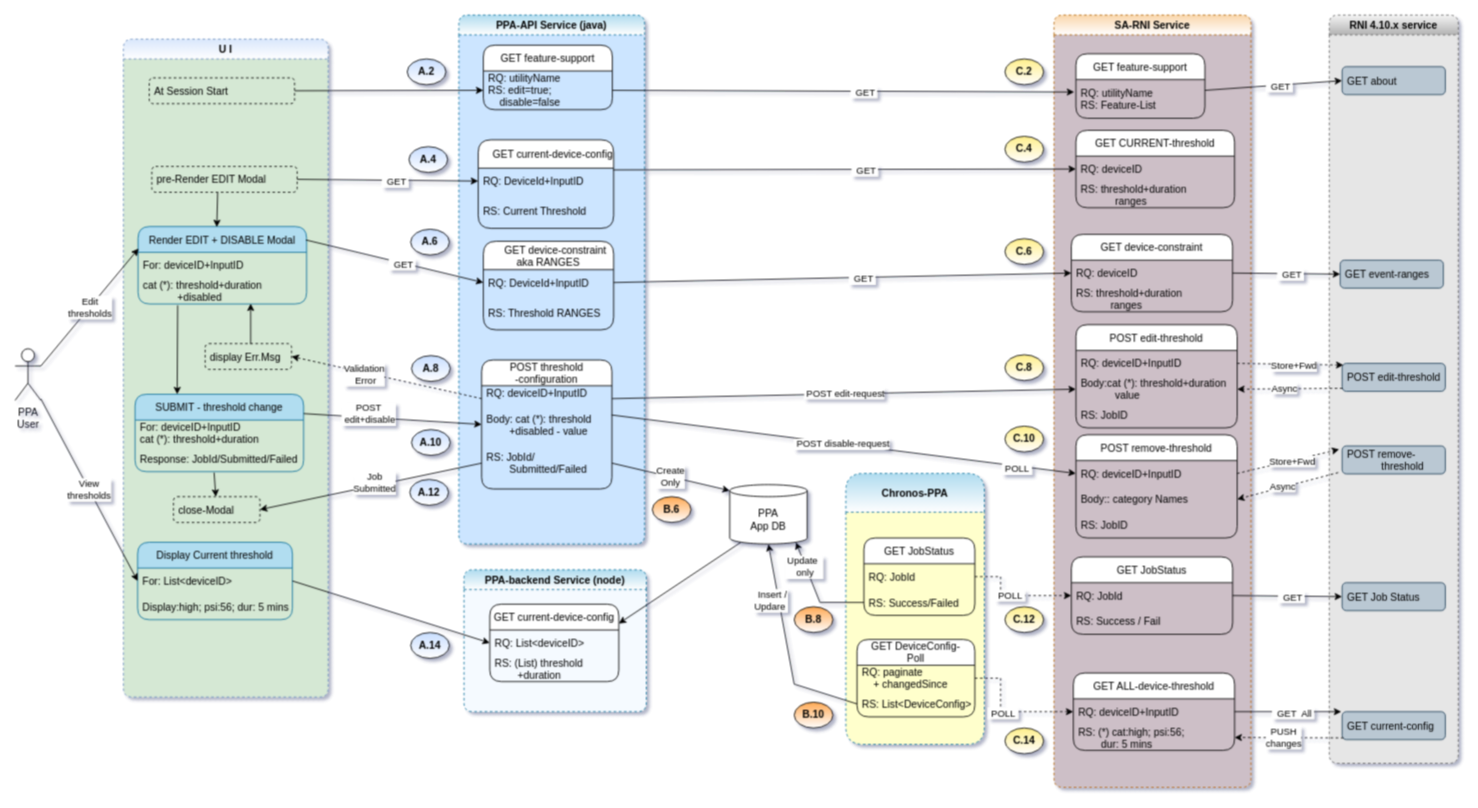
The draw.io diagram ppa/disablethreshold/threshold-config-dec-2022-v1.drawio in rajeshpv-common/my-drawio, before the edit. Source tidied: cells renumbered, new cells numbered last; positions are measured from the earlier drawing's top-left corner, leaving out a move shared by most shapes. Both pictures are drawn from the tidied source at 86%, with x=0, y=0 at pixel (15, 15).
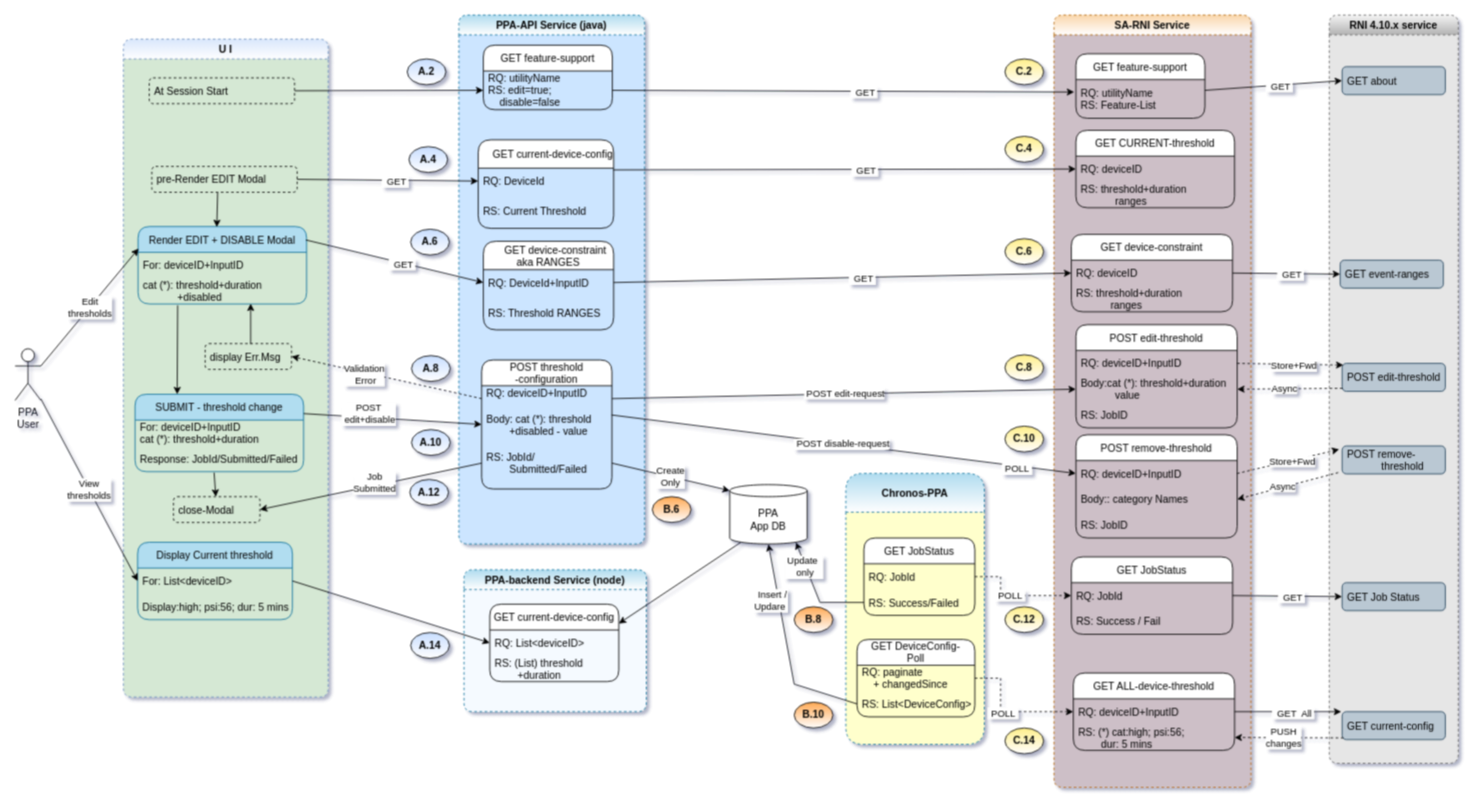
The same diagram, later.

The change refers to these unchanged cells:
```xml
<mxCell id="53" value="     GET current-device-config" style="swimlane;fontStyle=0;horizontal=1;startSize=33;rounded=1;" parent="50" vertex="1">
  <mxGeometry x="22.5" y="145" width="157.5" height="103" as="geometry" />
</mxCell>
```

Diff of the diagram source:
```diff
@@
-    <mxCell id="54" value="RQ: DeviceId+InputID" style="text;strokeColor=none;fillColor=none;align=left;verticalAlign=middle;spacingLeft=4;spacingRight=4;overflow=hidden;points=[[0,0.5],[1,0.5]];portConstraint=eastwest;rounded=1;" parent="53" vertex="1">
+    <mxCell id="54" value="RQ: DeviceId" style="text;strokeColor=none;fillColor=none;align=left;verticalAlign=middle;spacingLeft=4;spacingRight=4;overflow=hidden;points=[[0,0.5],[1,0.5]];portConstraint=eastwest;rounded=1;" parent="53" vertex="1">
       <mxGeometry y="33" width="157.5" height="30" as="geometry" />
     </mxCell>
```
